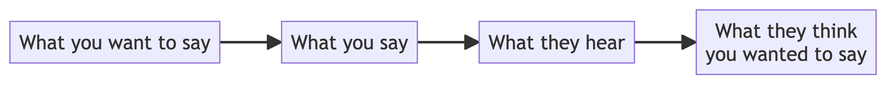
Above: 2023-09-sphere-it/resources/comm-model-2.mermaid.png in Krever/presentations (Mermaid), before the change. Its source is kept beside it as 2023-09-sphere-it/resources/comm-model-2.mermaid. Source of this version:
```mermaid
%%{init: {"flowchart": {"htmlLabels": true}} }%%
flowchart LR
    Sender["What you want to say"] --> Encoder["What you say"] --> Decoder["What they hear"] --> Receiver["What they think\n you wanted to say"]
```
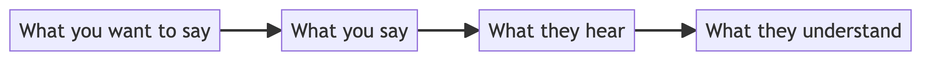
The same file after the commit.

What changed in the source:
```diff
@@ -1,3 +1,3 @@
 %%{init: {"flowchart": {"htmlLabels": true}} }%%
 flowchart LR
-    Sender["What you want to say"] --> Encoder["What you say"] --> Decoder["What they hear"] --> Receiver["What they think\n you wanted to say"]
+    Sender["What you want to say"] --> Encoder["What you say"] --> Decoder["What they hear"] --> Receiver["What they understand"]
```
